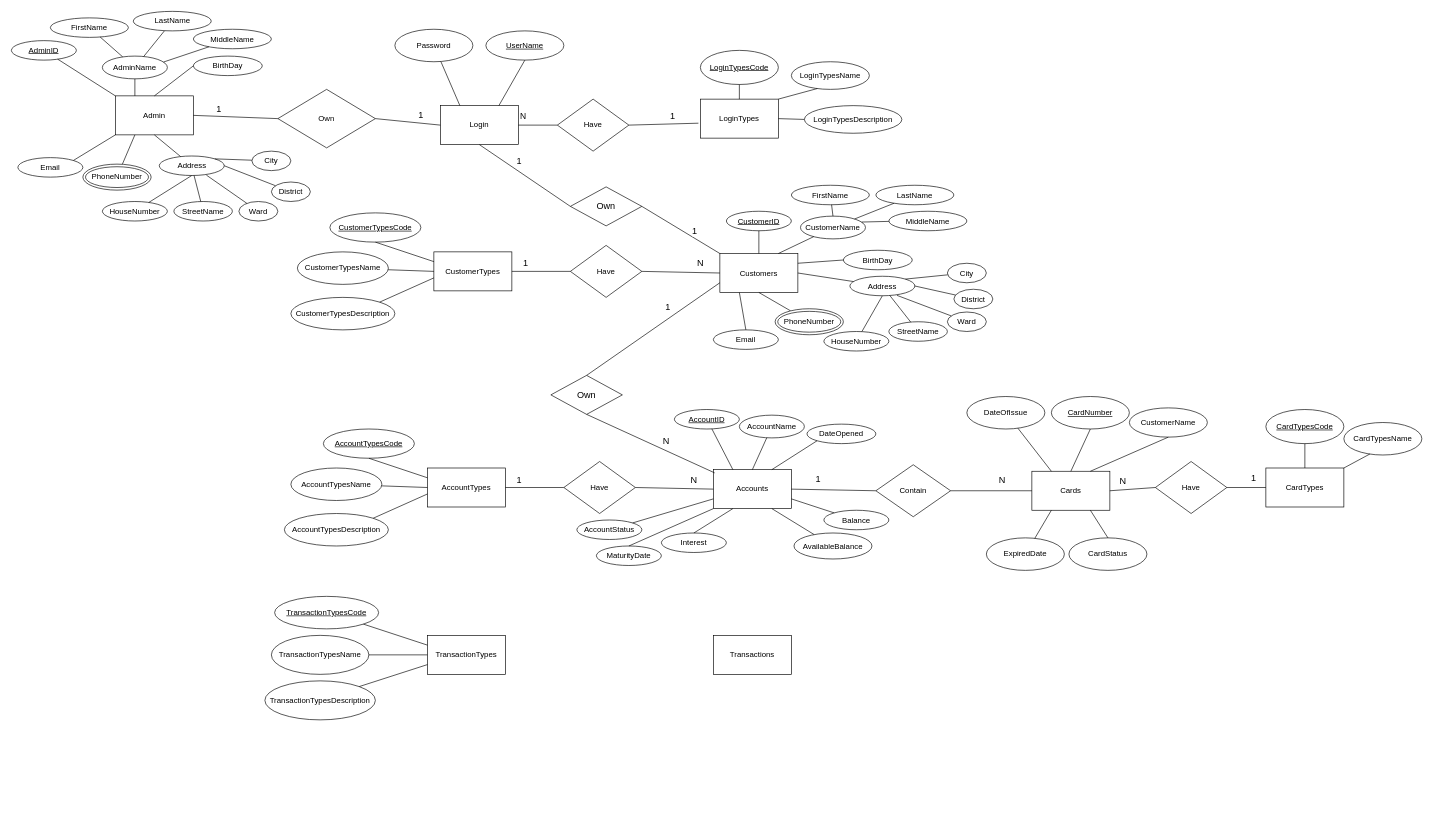
HungHuuHoang/BankingSystem keeps this draw.io diagram as Documents/Design/ERDBankingSystem.drawio. Above is the earlier version. Source tidied: cells renumbered, new cells numbered last; positions are measured from the earlier drawing's top-left corner, leaving out a move shared by most shapes. Both pictures are drawn from the tidied source at 65%, with x=0, y=0 at pixel (11, 11).
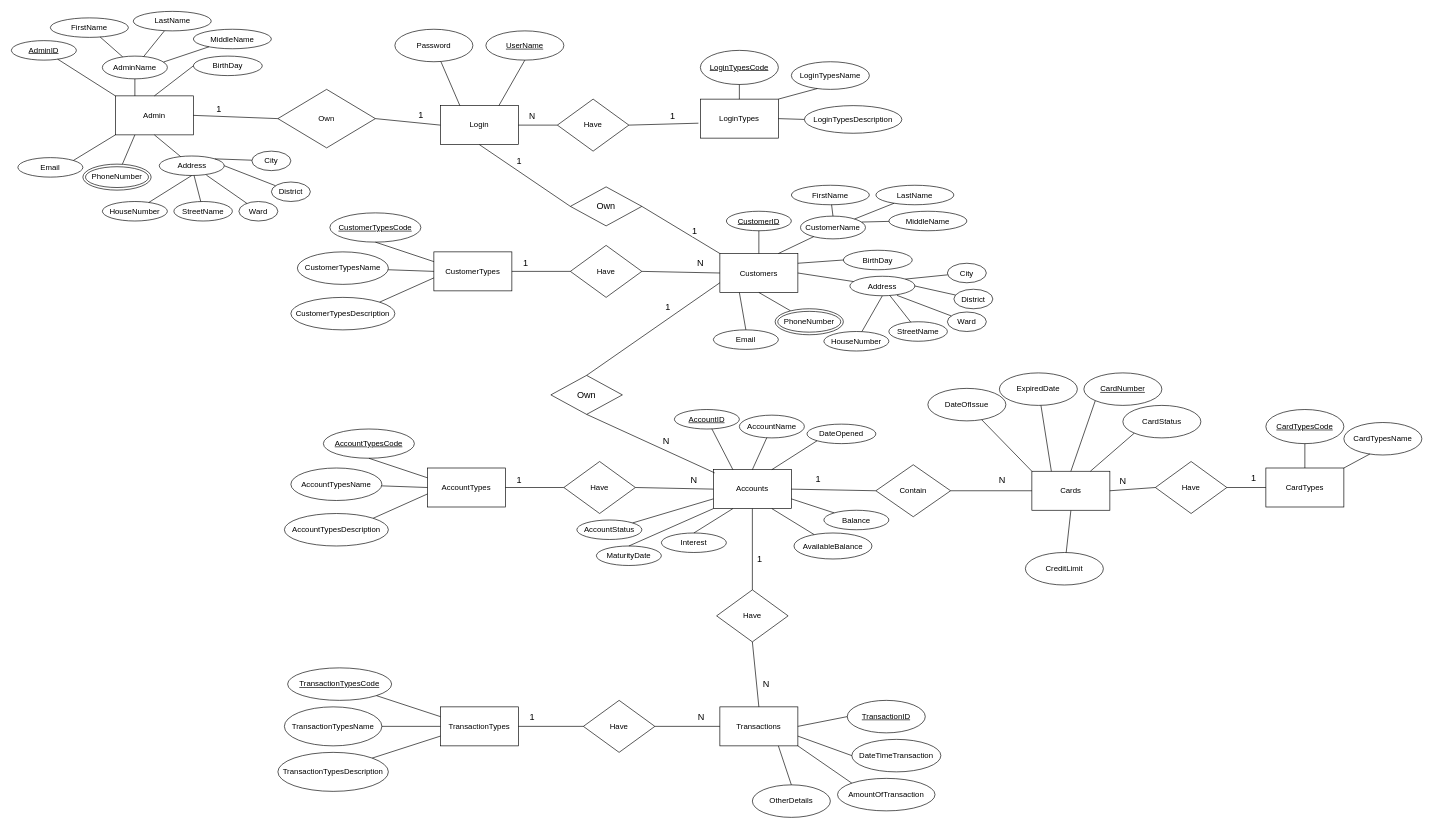
After the change.

Unchanged cells that the change refers to:
```xml
<mxCell id="2" value="Cards" style="rounded=0;whiteSpace=wrap;html=1;" parent="1" vertex="1">
  <mxGeometry x="1570" y="707.5" width="120" height="60" as="geometry" />
</mxCell>
<mxCell id="36" style="endArrow=none;html=1;exitX=1;exitY=0.5;exitDx=0;exitDy=0;entryX=0;entryY=0.5;entryDx=0;entryDy=0;" parent="1" edge="1" source="23" target="33">
  <mxGeometry relative="1" as="geometry" />
</mxCell>
<mxCell id="117" value="Accounts" style="rounded=0;whiteSpace=wrap;html=1;" parent="1" vertex="1">
  <mxGeometry x="1080" y="705" width="120" height="60" as="geometry" />
</mxCell>
```

Change to the diagram source:
```diff
@@
     <mxCell id="3" value="&lt;u&gt;CardNumber&lt;/u&gt;" style="ellipse;whiteSpace=wrap;html=1;" parent="1" vertex="1">
-      <mxGeometry x="1600" y="592.5" width="120" height="50" as="geometry" />
+      <mxGeometry x="1650" y="556.2" width="120" height="50" as="geometry" />
     </mxCell>
-    <mxCell id="4" value="CustomerName" style="ellipse;whiteSpace=wrap;html=1;" parent="1" vertex="1">
-      <mxGeometry x="1720" y="610" width="120" height="45" as="geometry" />
-    </mxCell>
-    <mxCell id="5" style="endArrow=none;html=1;entryX=0.5;entryY=1;entryDx=0;entryDy=0;exitX=0.5;exitY=0;exitDx=0;exitDy=0;" parent="1" edge="1" source="2" target="3">
+    <mxCell id="5" style="endArrow=none;html=1;entryX=0;entryY=1;entryDx=0;entryDy=0;exitX=0.5;exitY=0;exitDx=0;exitDy=0;" parent="1" edge="1" source="2" target="3">
       <mxGeometry relative="1" as="geometry" />
     </mxCell>
-    <mxCell id="6" style="endArrow=none;html=1;entryX=0.5;entryY=1;entryDx=0;entryDy=0;exitX=0.75;exitY=0;exitDx=0;exitDy=0;" parent="1" edge="1" source="2" target="4">
-      <mxGeometry relative="1" as="geometry" />
-    </mxCell>
@@
     <mxCell id="8" value="DateOfIssue" style="ellipse;whiteSpace=wrap;html=1;" parent="1" vertex="1">
-      <mxGeometry x="1470" y="592.5" width="120" height="50" as="geometry" />
+      <mxGeometry x="1410" y="580" width="120" height="50" as="geometry" />
     </mxCell>
-    <mxCell id="9" style="endArrow=none;html=1;entryX=0.25;entryY=0;entryDx=0;entryDy=0;" parent="1" edge="1" source="8" target="2">
+    <mxCell id="9" style="endArrow=none;html=1;entryX=0;entryY=0;entryDx=0;entryDy=0;" parent="1" edge="1" source="8" target="2">
       <mxGeometry relative="1" as="geometry" />
     </mxCell>
     <mxCell id="10" value="ExpiredDate" style="ellipse;whiteSpace=wrap;html=1;" parent="1" vertex="1">
-      <mxGeometry x="1500" y="810" width="120" height="50" as="geometry" />
+      <mxGeometry x="1520" y="556.2" width="120" height="50" as="geometry" />
     </mxCell>
-    <mxCell id="11" style="endArrow=none;html=1;entryX=0.25;entryY=1;entryDx=0;entryDy=0;" parent="1" edge="1" source="10" target="2">
+    <mxCell id="11" style="endArrow=none;html=1;entryX=0.25;entryY=0;entryDx=0;entryDy=0;" parent="1" edge="1" source="10" target="2">
       <mxGeometry relative="1" as="geometry" />
     </mxCell>
     <mxCell id="12" value="CardStatus" style="ellipse;whiteSpace=wrap;html=1;" parent="1" vertex="1">
-      <mxGeometry x="1627" y="810" width="120" height="50" as="geometry" />
+      <mxGeometry x="1710" y="606.2" width="120" height="50" as="geometry" />
     </mxCell>
-    <mxCell id="13" style="endArrow=none;html=1;entryX=0.75;entryY=1;entryDx=0;entryDy=0;exitX=0.5;exitY=0;exitDx=0;exitDy=0;" parent="1" edge="1" source="12" target="2">
+    <mxCell id="13" style="endArrow=none;html=1;entryX=0.75;entryY=0;entryDx=0;entryDy=0;exitX=0;exitY=1;exitDx=0;exitDy=0;" parent="1" edge="1" source="12" target="2">
       <mxGeometry relative="1" as="geometry" />
     </mxCell>
@@
     <mxCell id="37" value="N" style="edgeLabel;html=1;align=center;verticalAlign=middle;fontSize=13;" parent="36" vertex="1">
       <mxGeometry x="-0.8" y="1" relative="1" as="geometry">
-        <mxPoint y="-14" as="offset" />
+        <mxPoint x="14" y="-14" as="offset" />
       </mxGeometry>
     </mxCell>
@@
     <mxCell id="159" value="TransactionTypes" style="rounded=0;whiteSpace=wrap;html=1;" parent="1" vertex="1">
-      <mxGeometry x="640" y="960" width="120" height="60" as="geometry" />
+      <mxGeometry x="660" y="1070" width="120" height="60" as="geometry" />
     </mxCell>
     <mxCell id="160" value="TransactionTypes&lt;span&gt;Code&lt;/span&gt;" style="ellipse;whiteSpace=wrap;html=1;fontStyle=4;" parent="1" vertex="1">
-      <mxGeometry x="405" y="900" width="160" height="50" as="geometry" />
+      <mxGeometry x="425" y="1010" width="160" height="50" as="geometry" />
     </mxCell>
@@
     <mxCell id="162" value="TransactionTypesName" style="ellipse;whiteSpace=wrap;html=1;" parent="1" vertex="1">
-      <mxGeometry x="400" y="960" width="150" height="60" as="geometry" />
+      <mxGeometry x="420" y="1070" width="150" height="60" as="geometry" />
     </mxCell>
@@
     <mxCell id="164" value="TransactionTypesDescription" style="ellipse;whiteSpace=wrap;html=1;" parent="1" vertex="1">
-      <mxGeometry x="390" y="1030" width="170" height="60" as="geometry" />
+      <mxGeometry x="410" y="1140" width="170" height="60" as="geometry" />
     </mxCell>
@@
     <mxCell id="166" value="Transactions" style="rounded=0;whiteSpace=wrap;html=1;" parent="1" vertex="1">
-      <mxGeometry x="1080" y="960" width="120" height="60" as="geometry" />
+      <mxGeometry x="1090" y="1070" width="120" height="60" as="geometry" />
     </mxCell>
+    <mxCell id="167" value="&lt;u&gt;TransactionID&lt;/u&gt;" style="ellipse;whiteSpace=wrap;html=1;" parent="1" vertex="1">
+      <mxGeometry x="1286" y="1060" width="120" height="50" as="geometry" />
+    </mxCell>
+    <mxCell id="168" value="DateTimeTransaction" style="ellipse;whiteSpace=wrap;html=1;" parent="1" vertex="1">
+      <mxGeometry x="1293" y="1120" width="137" height="50" as="geometry" />
+    </mxCell>
+    <mxCell id="169" value="AmountOfTransaction" style="ellipse;whiteSpace=wrap;html=1;" parent="1" vertex="1">
+      <mxGeometry x="1271" y="1180" width="150" height="50" as="geometry" />
+    </mxCell>
+    <mxCell id="170" value="OtherDetails" style="ellipse;whiteSpace=wrap;html=1;" parent="1" vertex="1">
+      <mxGeometry x="1140" y="1190" width="120" height="50" as="geometry" />
+    </mxCell>
+    <mxCell id="171" style="endArrow=none;html=1;entryX=0;entryY=0.5;entryDx=0;entryDy=0;exitX=1;exitY=0.5;exitDx=0;exitDy=0;" parent="1" edge="1" source="166" target="167">
+      <mxGeometry relative="1" as="geometry" />
+    </mxCell>
+    <mxCell id="172" style="endArrow=none;html=1;entryX=0;entryY=0.5;entryDx=0;entryDy=0;exitX=1;exitY=0.75;exitDx=0;exitDy=0;" parent="1" edge="1" source="166" target="168">
+      <mxGeometry relative="1" as="geometry" />
+    </mxCell>
+    <mxCell id="173" style="endArrow=none;html=1;entryX=0.5;entryY=0;entryDx=0;entryDy=0;exitX=0.75;exitY=1;exitDx=0;exitDy=0;" parent="1" edge="1" source="166" target="170">
+      <mxGeometry relative="1" as="geometry" />
+    </mxCell>
+    <mxCell id="174" style="endArrow=none;html=1;entryX=0;entryY=0;entryDx=0;entryDy=0;exitX=1;exitY=1;exitDx=0;exitDy=0;" parent="1" edge="1" source="166" target="169">
+      <mxGeometry relative="1" as="geometry" />
+    </mxCell>
+    <mxCell id="175" value="Have" style="rhombus;whiteSpace=wrap;html=1;" parent="1" vertex="1">
+      <mxGeometry x="880" y="1060" width="110" height="80" as="geometry" />
+    </mxCell>
+    <mxCell id="176" style="endArrow=none;html=1;exitX=1;exitY=0.5;exitDx=0;exitDy=0;entryX=0;entryY=0.5;entryDx=0;entryDy=0;" parent="1" edge="1" source="159" target="175">
+      <mxGeometry relative="1" as="geometry" />
+    </mxCell>
+    <mxCell id="177" value="&lt;font style=&quot;font-size: 14px&quot;&gt;1&lt;/font&gt;" style="edgeLabel;html=1;align=center;verticalAlign=middle;" parent="176" vertex="1">
+      <mxGeometry x="-0.28" y="-1" relative="1" as="geometry">
+        <mxPoint x="-16" y="-16" as="offset" />
+      </mxGeometry>
+    </mxCell>
+    <mxCell id="178" style="endArrow=none;html=1;exitX=1;exitY=0.5;exitDx=0;exitDy=0;" parent="1" edge="1" source="175" target="166">
+      <mxGeometry relative="1" as="geometry" />
+    </mxCell>
+    <mxCell id="179" value="&lt;font style=&quot;font-size: 14px&quot;&gt;N&lt;/font&gt;" style="edgeLabel;html=1;align=center;verticalAlign=middle;" parent="178" vertex="1">
+      <mxGeometry x="0.36" y="-1" relative="1" as="geometry">
+        <mxPoint x="2" y="-16" as="offset" />
+      </mxGeometry>
+    </mxCell>
+    <mxCell id="180" value="Have" style="rhombus;whiteSpace=wrap;html=1;" parent="1" vertex="1">
+      <mxGeometry x="1085" y="890" width="110" height="80" as="geometry" />
+    </mxCell>
+    <mxCell id="181" style="endArrow=none;html=1;entryX=0.5;entryY=1;entryDx=0;entryDy=0;exitX=0.5;exitY=0;exitDx=0;exitDy=0;" parent="1" edge="1" source="180" target="117">
+      <mxGeometry relative="1" as="geometry" />
+    </mxCell>
+    <mxCell id="182" value="&lt;font style=&quot;font-size: 14px&quot;&gt;1&lt;/font&gt;" style="edgeLabel;html=1;align=center;verticalAlign=middle;" parent="181" vertex="1">
+      <mxGeometry x="-0.28" y="-2" relative="1" as="geometry">
+        <mxPoint x="8" y="-2.5" as="offset" />
+      </mxGeometry>
+    </mxCell>
+    <mxCell id="183" style="endArrow=none;html=1;entryX=0.5;entryY=1;entryDx=0;entryDy=0;exitX=0.5;exitY=0;exitDx=0;exitDy=0;" parent="1" edge="1" source="166" target="180">
+      <mxGeometry relative="1" as="geometry" />
+    </mxCell>
+    <mxCell id="184" value="&lt;font style=&quot;font-size: 14px&quot;&gt;N&lt;/font&gt;" style="edgeLabel;html=1;align=center;verticalAlign=middle;" parent="183" vertex="1">
+      <mxGeometry x="-0.32" y="-2" relative="1" as="geometry">
+        <mxPoint x="11.4" y="-1" as="offset" />
+      </mxGeometry>
+    </mxCell>
+    <mxCell id="185" value="CreditLimit" style="ellipse;whiteSpace=wrap;html=1;" parent="1" vertex="1">
+      <mxGeometry x="1560" y="832.5" width="120" height="50" as="geometry" />
+    </mxCell>
+    <mxCell id="186" style="endArrow=none;html=1;" parent="1" edge="1" source="185">
+      <mxGeometry relative="1" as="geometry">
+        <mxPoint x="1630" y="768" as="targetPoint" />
+      </mxGeometry>
+    </mxCell>
```
